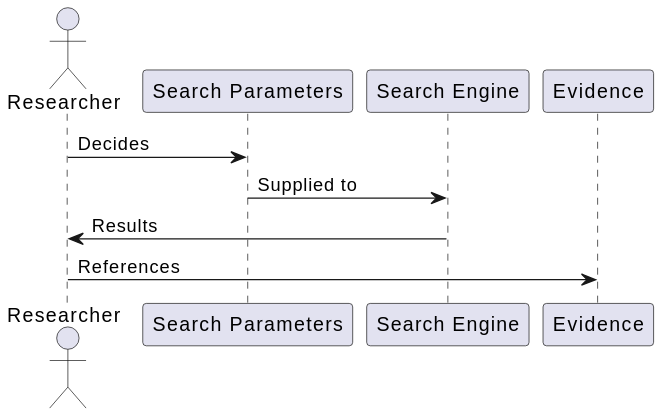
Above: docs/docs/diagrams/out/evidence_dark.svg in chronicleworks/chronicle (PlantUML), before the change.
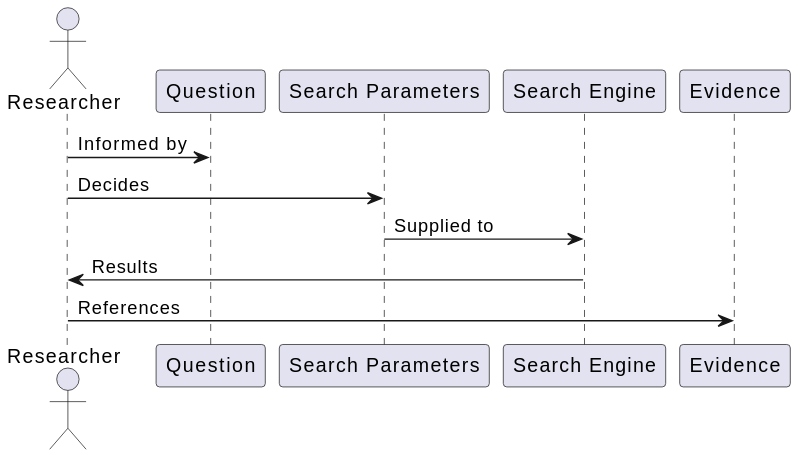
Later version of the same file.

The edit, as a diff of the source:
```diff
@@ -1,6 +1,6 @@
 @startuml
 actor "Researcher"
-
+Researcher -> Question : Informed by
 Researcher -> "Search Parameters" : Decides
 "Search Parameters" -> "Search Engine" : Supplied to
 Researcher <- "Search Engine" : Results
```
